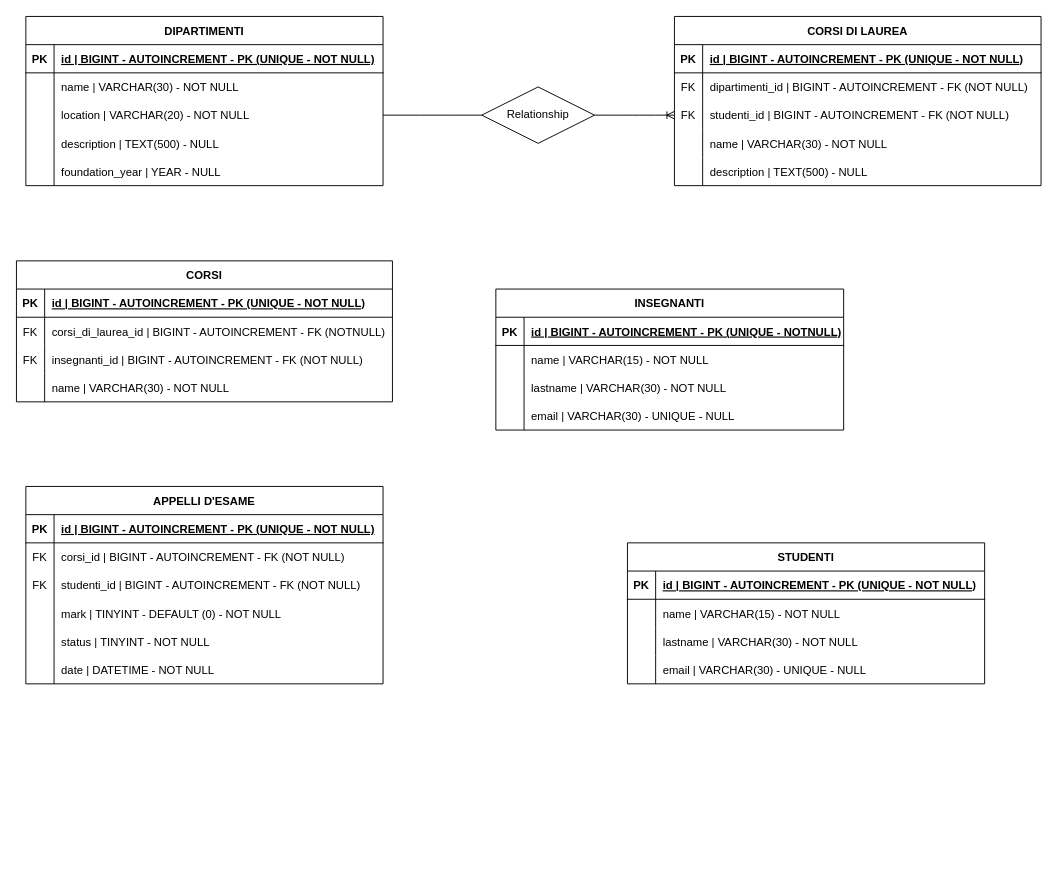
Earlier version of the draw.io diagram schema.drawio (JacopoTrincanato/db-university). Source tidied: cells renumbered, new cells numbered last; positions are measured from the earlier drawing's top-left corner, leaving out a move shared by most shapes. Both pictures are drawn from the tidied source at 94%, with x=0, y=0 at pixel (16, 16).
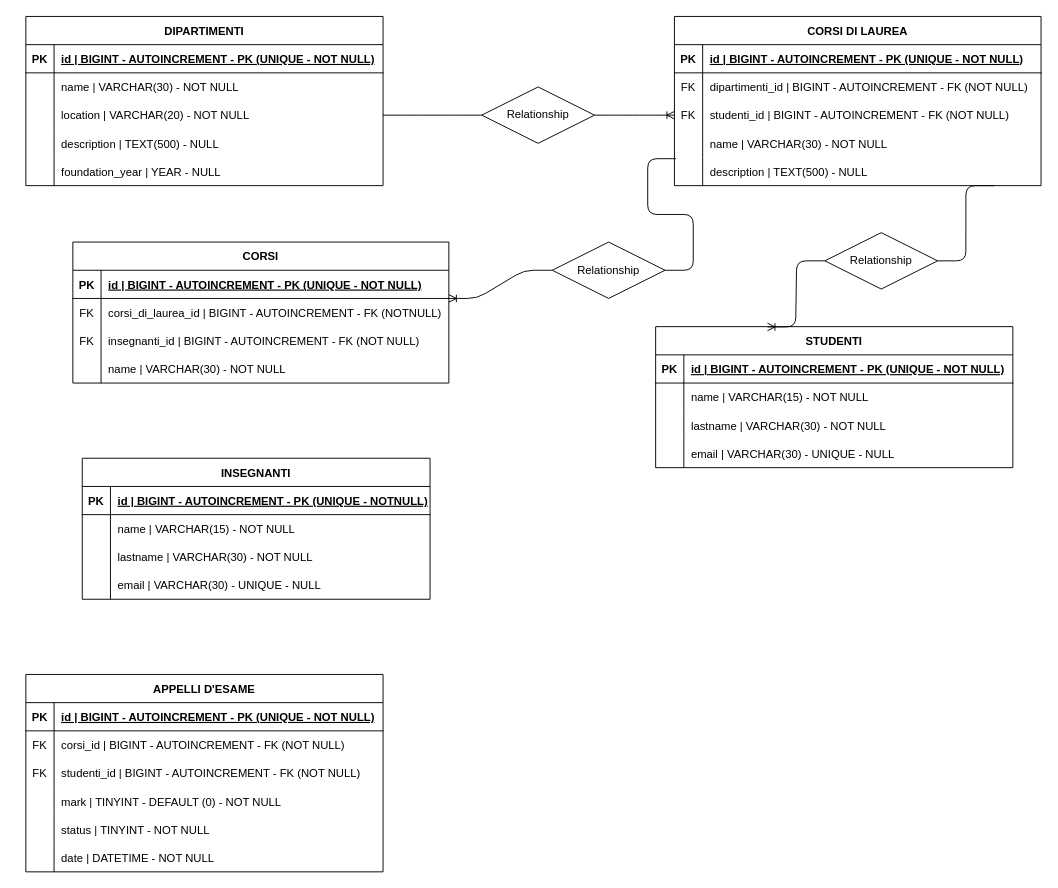
The same diagram, later.

Commit message:
create relation between studenti and corsi di laurea

Unchanged cells that the change refers to:
```xml
<mxCell id="31" style="shape=tableRow;horizontal=0;startSize=0;swimlaneHead=0;swimlaneBody=0;fillColor=none;points=[[0,0.5],[1,0.5]];portConstraint=eastwest;top=0;left=0;right=0;bottom=0;" parent="18" vertex="1">
  <mxGeometry y="150" width="390" height="30" as="geometry" />
</mxCell>
<mxCell id="38" style="shape=tableRow;horizontal=0;startSize=0;swimlaneHead=0;swimlaneBody=0;fillColor=none;points=[[0,0.5],[1,0.5]];portConstraint=eastwest;top=0;left=0;right=0;bottom=0;" parent="34" vertex="1">
  <mxGeometry y="60" width="400" height="30" as="geometry" />
</mxCell>
```

What changed in the source:
```diff
@@
     <mxCell id="34" value="CORSI" style="shape=table;startSize=30;childLayout=tableLayout;rowLines=0;fontStyle=1;align=center;" parent="1" vertex="1">
-      <mxGeometry y="260" width="400" height="150" as="geometry" />
+      <mxGeometry x="60" y="240" width="400" height="150" as="geometry" />
     </mxCell>
@@
     <mxCell id="47" value="INSEGNANTI" style="shape=table;startSize=30;childLayout=tableLayout;rowLines=0;fontStyle=1;align=center;" parent="1" vertex="1">
-      <mxGeometry x="510" y="290" width="370" height="150" as="geometry" />
+      <mxGeometry x="70" y="470" width="370" height="150" as="geometry" />
     </mxCell>
@@
     <mxCell id="60" value="APPELLI D'ESAME" style="shape=table;startSize=30;childLayout=tableLayout;rowLines=0;fontStyle=1;align=center;" parent="1" vertex="1">
-      <mxGeometry x="10" y="500" width="380" height="210" as="geometry" />
+      <mxGeometry x="10" y="700" width="380" height="210" as="geometry" />
     </mxCell>
@@
     <mxCell id="79" value="STUDENTI" style="shape=table;startSize=30;childLayout=tableLayout;rowLines=0;fontStyle=1;align=center;" parent="1" vertex="1">
-      <mxGeometry x="650" y="560" width="380" height="150" as="geometry" />
+      <mxGeometry x="680" y="330" width="380" height="150" as="geometry" />
     </mxCell>
@@
+    <mxCell id="95" style="edgeStyle=entityRelationEdgeStyle;fontSize=12;html=1;endArrow=ERoneToMany;exitX=0;exitY=0.5;exitDx=0;exitDy=0;entryX=1;entryY=0;entryDx=0;entryDy=0;entryPerimeter=0;startArrow=none;" parent="1" edge="1" source="97" target="38">
+      <mxGeometry relative="1" as="geometry" />
+    </mxCell>
+    <mxCell id="96" style="edgeStyle=entityRelationEdgeStyle;fontSize=12;html=1;endArrow=none;exitX=0.004;exitY=0.044;exitDx=0;exitDy=0;exitPerimeter=0;entryX=1;entryY=0.5;entryDx=0;entryDy=0;" parent="1" edge="1" source="31" target="97">
+      <mxGeometry relative="1" as="geometry" />
+    </mxCell>
+    <mxCell id="97" value="Relationship" style="shape=rhombus;perimeter=rhombusPerimeter;whiteSpace=wrap;html=1;align=center;" parent="1" vertex="1">
+      <mxGeometry x="570" y="240" width="120" height="60" as="geometry" />
+    </mxCell>
+    <mxCell id="98" style="edgeStyle=entityRelationEdgeStyle;fontSize=12;html=1;endArrow=ERoneToMany;exitX=0;exitY=0.5;exitDx=0;exitDy=0;entryX=0.313;entryY=0.002;entryDx=0;entryDy=0;startArrow=none;entryPerimeter=0;" parent="1" edge="1" source="100" target="79">
+      <mxGeometry relative="1" as="geometry" />
+    </mxCell>
+    <mxCell id="99" style="edgeStyle=entityRelationEdgeStyle;fontSize=12;html=1;endArrow=none;exitX=0.872;exitY=1;exitDx=0;exitDy=0;exitPerimeter=0;entryX=1;entryY=0.5;entryDx=0;entryDy=0;" parent="1" edge="1" source="31" target="100">
+      <mxGeometry relative="1" as="geometry" />
+    </mxCell>
+    <mxCell id="100" value="Relationship" style="shape=rhombus;perimeter=rhombusPerimeter;whiteSpace=wrap;html=1;align=center;" parent="1" vertex="1">
+      <mxGeometry x="860" y="230" width="120" height="60" as="geometry" />
+    </mxCell>
```
